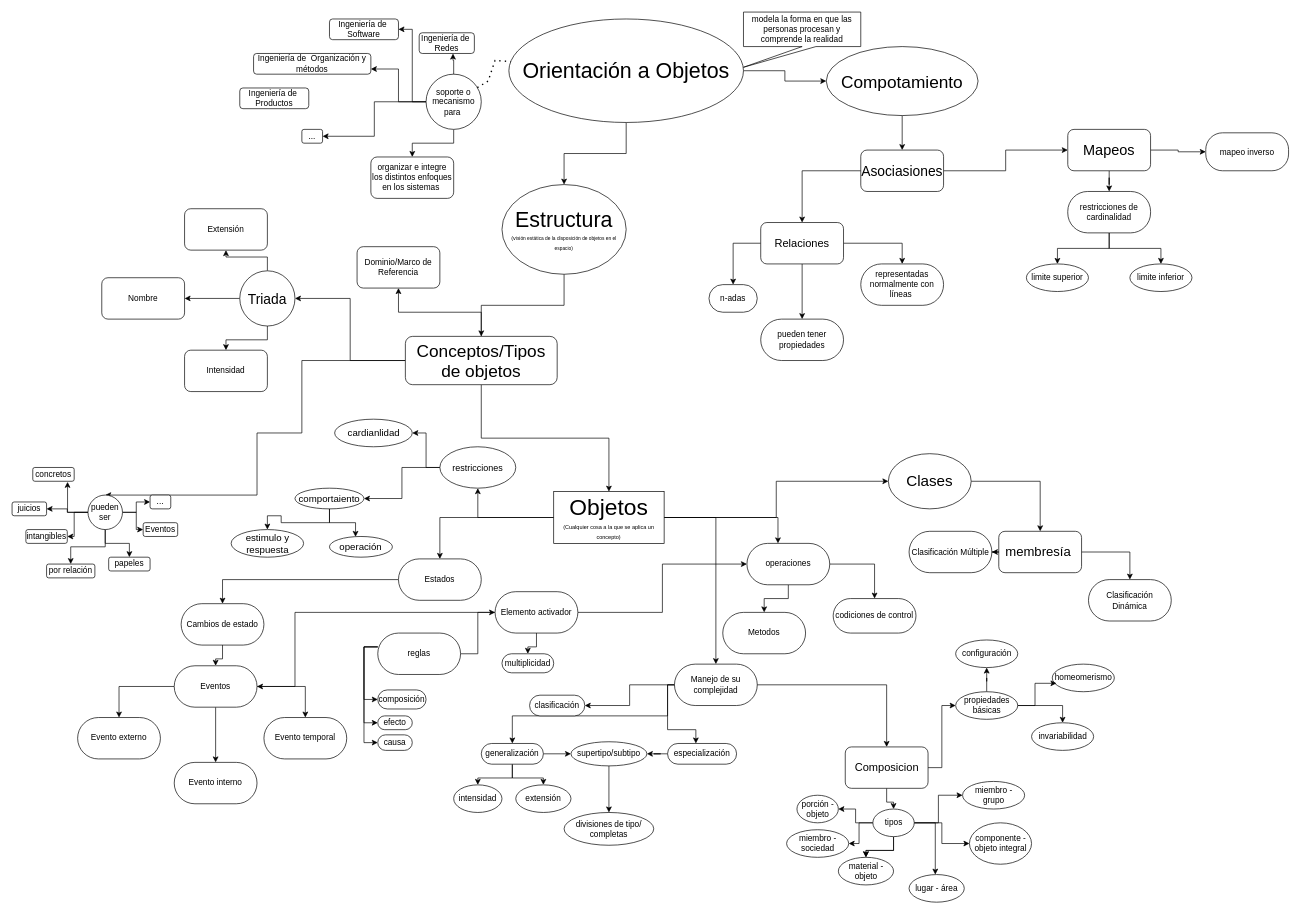
DanielGSalcedo/University keeps this draw.io diagram as Poo.drawio. Above is the earlier version. Source tidied: cells renumbered, new cells numbered last; positions are measured from the earlier drawing's top-left corner, leaving out a move shared by most shapes. Both pictures are drawn from the tidied source at 69%, with x=0, y=0 at pixel (12, 12).
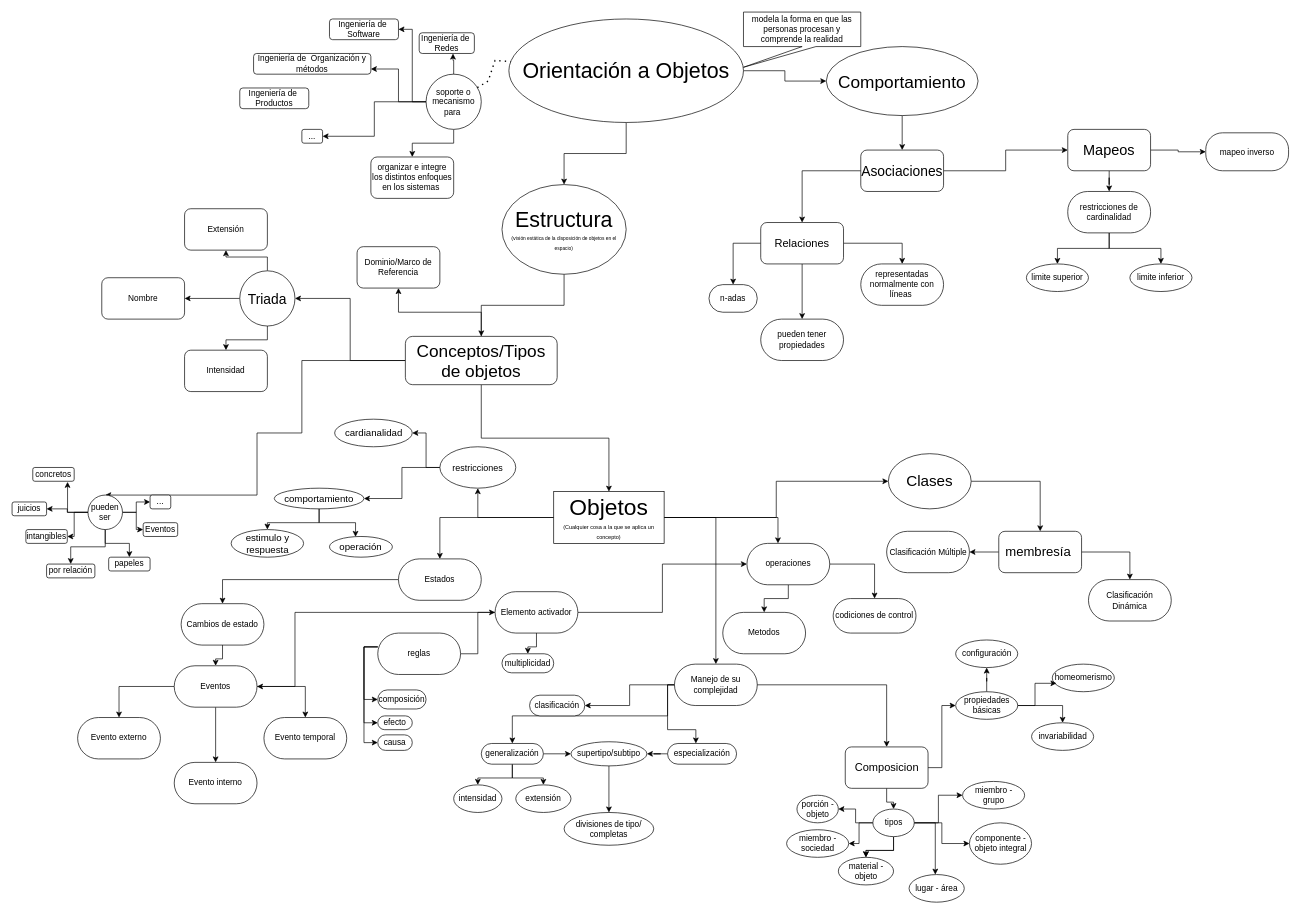
Above is the later version.

The edit, as a diff of the source:
```diff
@@
     <mxCell id="57" value="Clasificación Múltiple" style="rounded=1;whiteSpace=wrap;html=1;arcSize=50;" parent="1" vertex="1">
-      <mxGeometry x="1300" y="752.5" width="120" height="60" as="geometry" />
+      <mxGeometry x="1267.5" y="752.5" width="120" height="60" as="geometry" />
     </mxCell>
@@
-    <mxCell id="60" value="&lt;font style=&quot;font-size: 25px;&quot;&gt;Compotamiento&lt;/font&gt;" style="ellipse;whiteSpace=wrap;html=1;" parent="1" vertex="1">
+    <mxCell id="60" value="&lt;font style=&quot;font-size: 25px;&quot;&gt;Comportamiento&lt;/font&gt;" style="ellipse;whiteSpace=wrap;html=1;" parent="1" vertex="1">
       <mxGeometry x="1180" y="50" width="220" height="100" as="geometry" />
     </mxCell>
@@
-    <mxCell id="63" value="&lt;font style=&quot;font-size: 20px;&quot;&gt;Asociasiones&lt;/font&gt;" style="rounded=1;whiteSpace=wrap;html=1;" parent="1" vertex="1">
+    <mxCell id="63" value="&lt;font style=&quot;font-size: 20px;&quot;&gt;Asociaciones&lt;/font&gt;" style="rounded=1;whiteSpace=wrap;html=1;" parent="1" vertex="1">
       <mxGeometry x="1230" y="200" width="120" height="60" as="geometry" />
     </mxCell>
@@
-    <mxCell id="156" value="&lt;font style=&quot;font-size: 14px;&quot;&gt;cardianlidad&lt;/font&gt;" style="ellipse;whiteSpace=wrap;html=1;" parent="1" vertex="1">
+    <mxCell id="156" value="&lt;font style=&quot;font-size: 14px;&quot;&gt;cardianalidad&lt;/font&gt;" style="ellipse;whiteSpace=wrap;html=1;" parent="1" vertex="1">
       <mxGeometry x="467.5" y="590" width="112.5" height="40" as="geometry" />
     </mxCell>
@@
-    <mxCell id="158" value="&lt;font style=&quot;font-size: 14px;&quot;&gt;comportaiento&lt;/font&gt;" style="ellipse;whiteSpace=wrap;html=1;" parent="1" vertex="1">
-      <mxGeometry x="410" y="690" width="100" height="30" as="geometry" />
+    <mxCell id="158" value="&lt;font style=&quot;font-size: 14px;&quot;&gt;comportamiento&lt;/font&gt;" style="ellipse;whiteSpace=wrap;html=1;" parent="1" vertex="1">
+      <mxGeometry x="380" y="690" width="130" height="30" as="geometry" />
     </mxCell>
```
